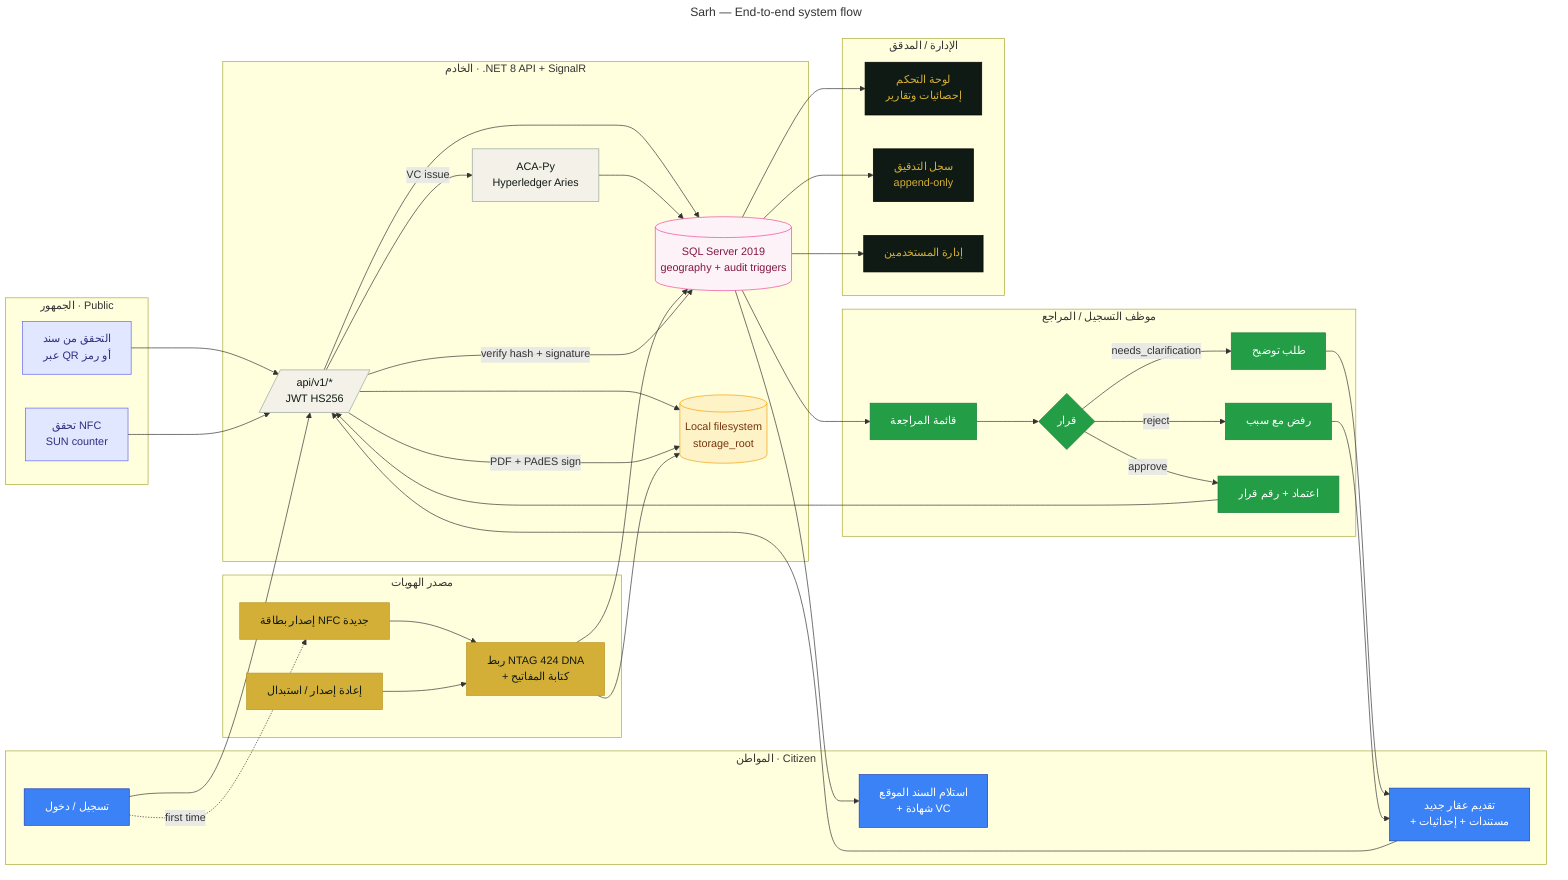
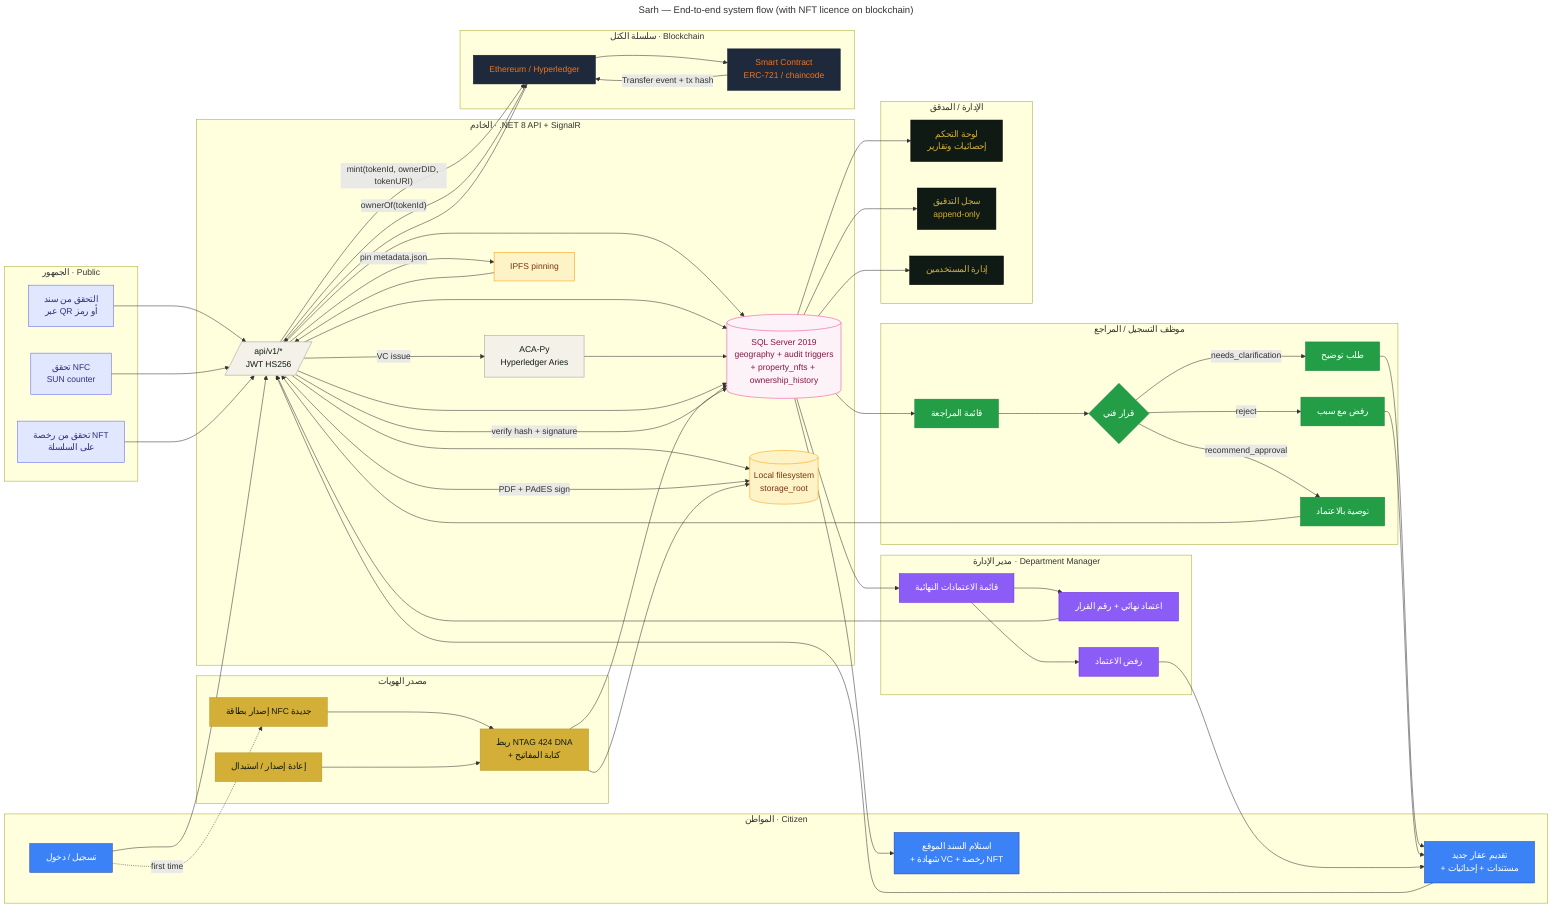
---
- title: Sarh — End-to-end system flow
+ title: Sarh — End-to-end system flow (with NFT licence on blockchain)
---
flowchart LR
    classDef citizen fill:#3b82f6,stroke:#1e40af,color:#fff
    classDef officer fill:#239E46,stroke:#15803d,color:#fff
+     classDef manager fill:#8b5cf6,stroke:#6d28d9,color:#fff
    classDef issuer  fill:#D4AF37,stroke:#B8941F,color:#0F1A14
    classDef admin   fill:#0F1A14,stroke:#000,color:#D4AF37
    classDef api     fill:#f4f1e8,stroke:#94a39c,color:#0F1A14
    classDef db      fill:#fdf2f8,stroke:#ec4899,color:#831843
    classDef store   fill:#fef3c7,stroke:#f59e0b,color:#78350f
+     classDef chain   fill:#1e293b,stroke:#0f172a,color:#F97316
    classDef public  fill:#e0e7ff,stroke:#6366f1,color:#312e81

    subgraph CIT[المواطن &middot; Citizen]
      C1[تسجيل / دخول]:::citizen
      C2[تقديم عقار جديد<br/>+ مستندات + إحداثيات]:::citizen
-       C3[استلام السند الموقع<br/>+ شهادة VC]:::citizen
+       C3[استلام السند الموقع<br/>+ شهادة VC + رخصة NFT]:::citizen
    end

    subgraph OFF[موظف التسجيل / المراجع]
      O1[قائمة المراجعة]:::officer
-       O2{قرار}:::officer
+       O2{قرار فني}:::officer
      O3[طلب توضيح]:::officer
      O4[رفض مع سبب]:::officer
-       O5[اعتماد + رقم قرار]:::officer
+       O5[توصية بالاعتماد]:::officer
+     end
+ 
+     subgraph MGR[مدير الإدارة &middot; Department Manager]
+       M1[قائمة الاعتمادات النهائية]:::manager
+       M2[اعتماد نهائي + رقم القرار]:::manager
+       M3[رفض الاعتماد]:::manager
    end

    subgraph ISS[مصدر الهويات]
      I1[إصدار بطاقة NFC جديدة]:::issuer
      I2[ربط NTAG 424 DNA<br/>+ كتابة المفاتيح]:::issuer
      I3[إعادة إصدار / استبدال]:::issuer
    end

    subgraph ADM[الإدارة / المدقق]
      A1[لوحة التحكم<br/>إحصائيات وتقارير]:::admin
      A2[سجل التدقيق<br/>append-only]:::admin
      A3[إدارة المستخدمين]:::admin
    end

    subgraph BACK[الخادم &middot; .NET 8 API + SignalR]
      API[/api/v1/*<br/>JWT HS256/]:::api
-       DB[(SQL Server 2019<br/>geography + audit triggers)]:::db
+       DB[(SQL Server 2019<br/>geography + audit triggers<br/>+ property_nfts + ownership_history)]:::db
      FS[(Local filesystem<br/>storage_root)]:::store
      SSI[ACA-Py<br/>Hyperledger Aries]:::api
+       IPFS[IPFS pinning]:::store
+     end
+ 
+     subgraph CHAIN[سلسلة الكتل &middot; Blockchain]
+       BC[Ethereum / Hyperledger]:::chain
+       SC[Smart Contract<br/>ERC-721 / chaincode]:::chain
    end

    subgraph PUB[الجمهور &middot; Public]
      V1[التحقق من سند<br/>عبر QR أو رمز]:::public
      V2[تحقق NFC<br/>SUN counter]:::public
+       V3[تحقق من رخصة NFT<br/>على السلسلة]:::public
    end

    C1 --> API
    C2 --> API
    API --> DB
    API --> FS

    DB --> O1
    O1 --> O2
    O2 -->|needs_clarification| O3 --> C2
    O2 -->|reject| O4 --> C2
-     O2 -->|approve| O5
+     O2 -->|recommend_approval| O5

-     O5 --> API
+     O5 --> API --> DB --> M1
+     M1 --> M2
+     M1 --> M3 --> C2
+ 
+     M2 --> API
    API -->|"PDF + PAdES sign"| FS
    API -->|"VC issue"| SSI
    SSI --> DB
+     API -->|"pin metadata.json"| IPFS
+     IPFS --> API
+     API -->|"mint(tokenId, ownerDID, tokenURI)"| BC
+     BC --> SC
+     SC -->|"Transfer event + tx hash"| BC
+     BC --> API
+     API --> DB
    DB --> C3

    C1 -. "first time" .-> I1
    I1 --> I2
    I2 --> DB
    I2 --> FS
    I3 --> I2

    DB --> A1
    DB --> A2
    DB --> A3

    V1 --> API
    V2 --> API
-     API -->|verify hash + signature| DB
+     V3 --> API
+     API -->|"verify hash + signature"| DB
+     API -->|"ownerOf(tokenId)"| BC
